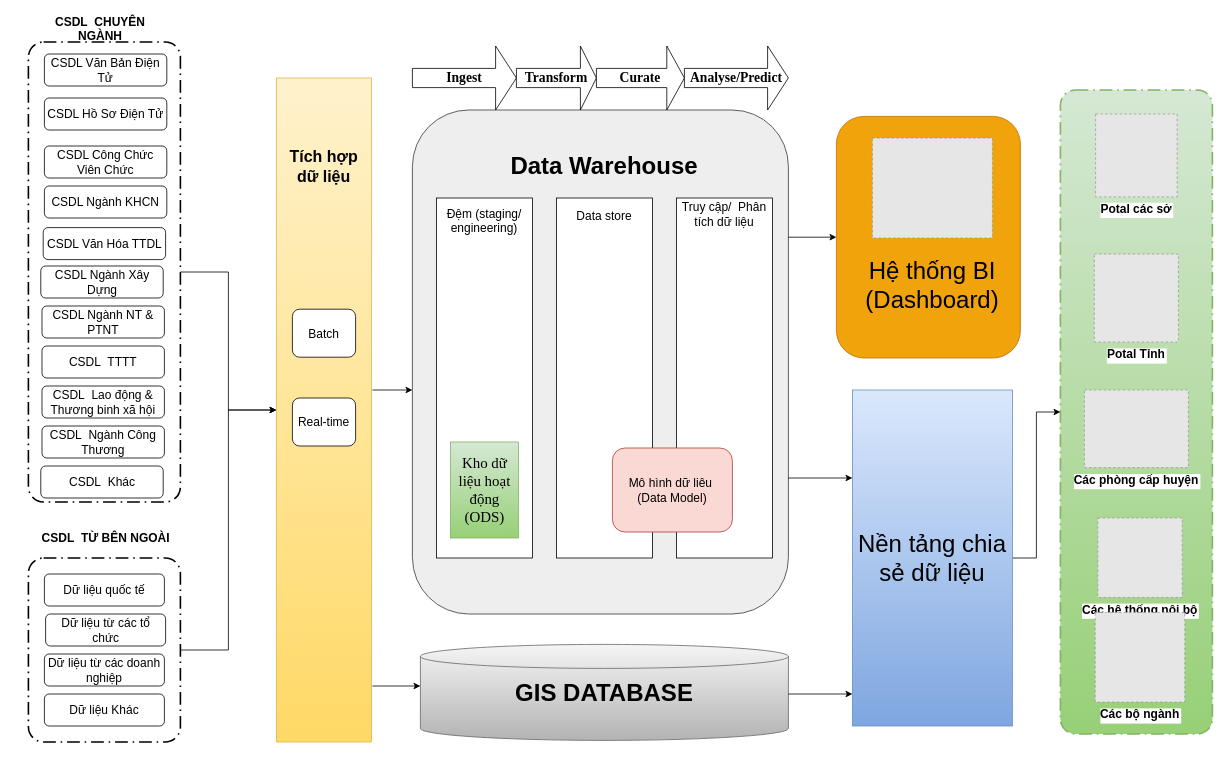
Earlier version of the draw.io diagram so-do-draw/kho_du_lieu.drawio (letheanh12345/Draw-io). Source tidied: cells renumbered, new cells numbered last; positions are measured from the earlier drawing's top-left corner, leaving out a move shared by most shapes. Both pictures are drawn from the tidied source at 80%, with x=0, y=0 at pixel (14, 14). Pictures stored in the file or linked from it are replaced by grey dashed boxes.
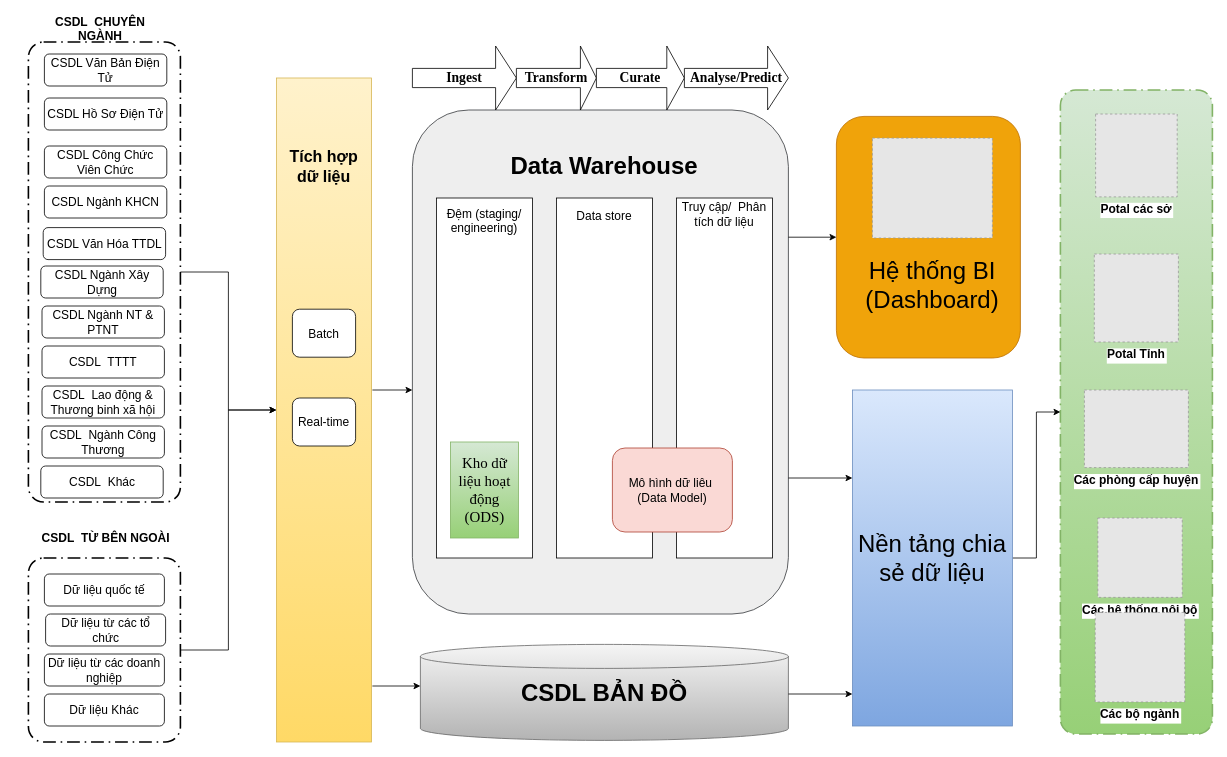
The same diagram, later.

Change to the diagram source:
```diff
@@
-    <mxCell id="53" value="&lt;font size=&quot;1&quot; style=&quot;&quot;&gt;&lt;b style=&quot;font-size: 30px;&quot;&gt;GIS DATABASE&lt;/b&gt;&lt;/font&gt;" style="text;html=1;strokeColor=none;fillColor=none;align=center;verticalAlign=middle;whiteSpace=wrap;rounded=0;" parent="1" vertex="1">
+    <mxCell id="53" value="&lt;font size=&quot;1&quot; style=&quot;&quot;&gt;&lt;b style=&quot;font-size: 30px;&quot;&gt;CSDL BẢN ĐỒ&lt;/b&gt;&lt;/font&gt;" style="text;html=1;strokeColor=none;fillColor=none;align=center;verticalAlign=middle;whiteSpace=wrap;rounded=0;" parent="1" vertex="1">
       <mxGeometry x="523" y="833" width="430" height="30" as="geometry" />
     </mxCell>
```
